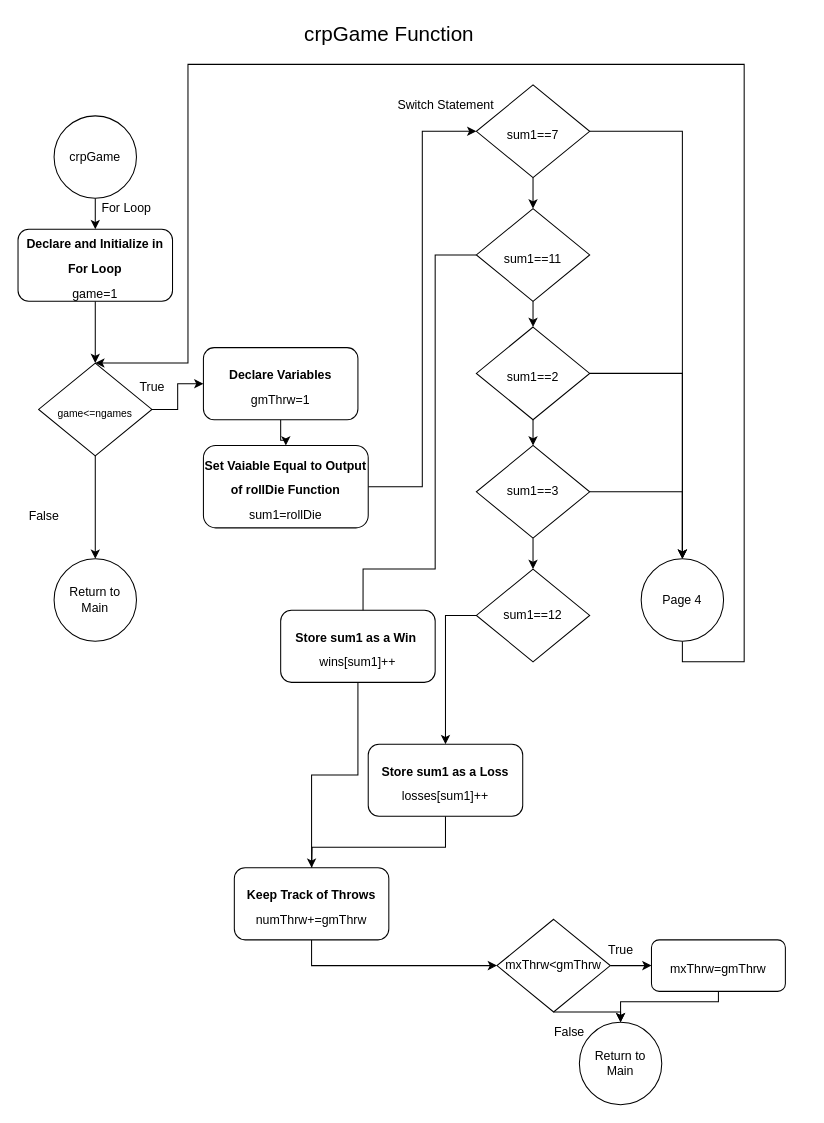
This is page "Page-3" (3 of 7) of Lab/Untitled Diagram.drawio from ce2791334/EnglandCody_CSC17A_49287, a draw.io file, before an edit. Source tidied: cells renumbered, new cells numbered last; positions are measured from the earlier drawing's top-left corner, leaving out a move shared by most shapes. Both pictures are drawn from the tidied source at 103%, with x=0, y=0 at pixel (18, 18).
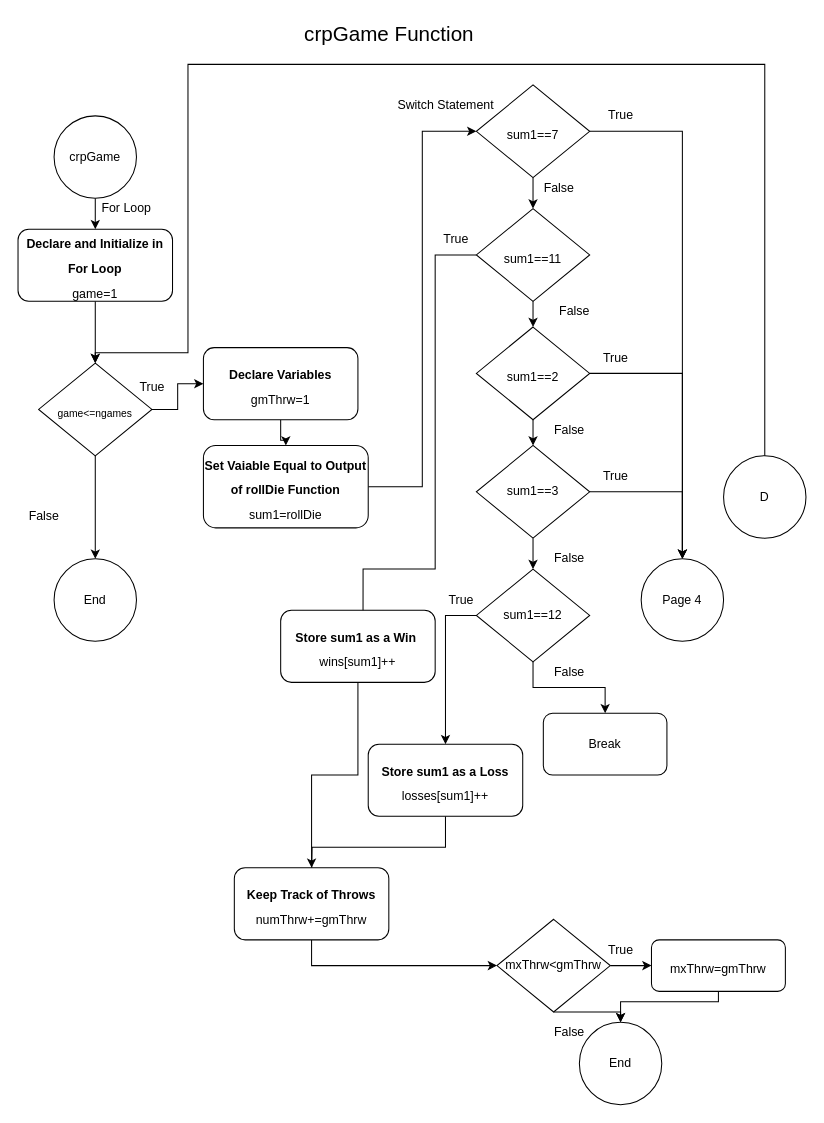
The same diagram, later.

Unchanged cells that the change refers to:
```xml
<mxCell id="24" value="&lt;span style=&quot;font-size: 12px;&quot;&gt;sum1==12&lt;/span&gt;" style="rhombus;whiteSpace=wrap;html=1;strokeWidth=1;fontSize=12;align=center;" parent="1" vertex="1">
  <mxGeometry x="445" y="535" width="110" height="90" as="geometry" />
</mxCell>
<mxCell id="46" value="Page 4" style="ellipse;whiteSpace=wrap;html=1;strokeWidth=1;fontSize=12;align=center;" parent="1" vertex="1">
  <mxGeometry x="605" y="525" width="80" height="80" as="geometry" />
</mxCell>
```

Change to the diagram source:
```diff
@@
-    <mxCell id="14" value="Return to Main" style="ellipse;whiteSpace=wrap;html=1;strokeWidth=1;fontSize=12;" parent="1" vertex="1">
+    <mxCell id="14" value="End" style="ellipse;whiteSpace=wrap;html=1;strokeWidth=1;fontSize=12;" parent="1" vertex="1">
       <mxGeometry x="35" y="525" width="80" height="80" as="geometry" />
     </mxCell>
@@
+    <mxCell id="49" style="edgeStyle=orthogonalEdgeStyle;rounded=0;jettySize=auto;html=1;exitX=0.5;exitY=1;exitDx=0;exitDy=0;entryX=0.5;entryY=0;entryDx=0;entryDy=0;" parent="1" edge="1" source="24" target="54">
+      <mxGeometry relative="1" as="geometry" />
+    </mxCell>
@@
-    <mxCell id="42" value="Return to Main" style="ellipse;whiteSpace=wrap;html=1;strokeWidth=1;fontSize=12;" parent="1" vertex="1">
+    <mxCell id="42" value="End" style="ellipse;whiteSpace=wrap;html=1;strokeWidth=1;fontSize=12;" parent="1" vertex="1">
       <mxGeometry x="545" y="975" width="80" height="80" as="geometry" />
     </mxCell>
@@
-    <mxCell id="45" style="edgeStyle=orthogonalEdgeStyle;rounded=0;jettySize=auto;html=1;exitX=0.5;exitY=1;exitDx=0;exitDy=0;fontSize=12;" parent="1" edge="1" source="46">
+    <mxCell id="45" style="edgeStyle=orthogonalEdgeStyle;rounded=0;jettySize=auto;html=1;exitX=0.5;exitY=1;exitDx=0;exitDy=0;fontSize=12;" parent="1" edge="1" source="61">
       <mxGeometry relative="1" as="geometry">
         <mxPoint x="75" y="335" as="targetPoint" />
         <Array as="points">
-          <mxPoint x="645" y="625" />
-          <mxPoint x="705" y="625" />
-          <mxPoint x="705" y="45" />
+          <mxPoint x="725" y="45" />
           <mxPoint x="165" y="45" />
-          <mxPoint x="165" y="335" />
+          <mxPoint x="165" y="325" />
+          <mxPoint x="75" y="325" />
         </Array>
       </mxGeometry>
     </mxCell>
@@
+    <mxCell id="50" value="True" style="text;html=1;align=center;verticalAlign=middle;" parent="1" vertex="1">
+      <mxGeometry x="565" y="85" width="40" height="20" as="geometry" />
+    </mxCell>
+    <mxCell id="51" value="True" style="text;html=1;align=center;verticalAlign=middle;" parent="1" vertex="1">
+      <mxGeometry x="405" y="205" width="40" height="20" as="geometry" />
+    </mxCell>
+    <mxCell id="52" value="True" style="text;html=1;align=center;verticalAlign=middle;" parent="1" vertex="1">
+      <mxGeometry x="560" y="320" width="40" height="20" as="geometry" />
+    </mxCell>
+    <mxCell id="53" value="True" style="text;html=1;align=center;verticalAlign=middle;" parent="1" vertex="1">
+      <mxGeometry x="560" y="435" width="40" height="20" as="geometry" />
+    </mxCell>
+    <mxCell id="54" value="Break" style="rounded=1;whiteSpace=wrap;html=1;" parent="1" vertex="1">
+      <mxGeometry x="510" y="675" width="120" height="60" as="geometry" />
+    </mxCell>
+    <mxCell id="55" value="True" style="text;html=1;align=center;verticalAlign=middle;" parent="1" vertex="1">
+      <mxGeometry x="410" y="555" width="40" height="20" as="geometry" />
+    </mxCell>
+    <mxCell id="56" value="False" style="text;html=1;align=center;verticalAlign=middle;" parent="1" vertex="1">
+      <mxGeometry x="500" y="155" width="50" height="20" as="geometry" />
+    </mxCell>
+    <mxCell id="57" value="False" style="text;html=1;align=center;verticalAlign=middle;" parent="1" vertex="1">
+      <mxGeometry x="515" y="275" width="50" height="20" as="geometry" />
+    </mxCell>
+    <mxCell id="58" value="False" style="text;html=1;align=center;verticalAlign=middle;" parent="1" vertex="1">
+      <mxGeometry x="510" y="390" width="50" height="20" as="geometry" />
+    </mxCell>
+    <mxCell id="59" value="False" style="text;html=1;align=center;verticalAlign=middle;" parent="1" vertex="1">
+      <mxGeometry x="510" y="515" width="50" height="20" as="geometry" />
+    </mxCell>
+    <mxCell id="60" value="False" style="text;html=1;align=center;verticalAlign=middle;" parent="1" vertex="1">
+      <mxGeometry x="510" y="625" width="50" height="20" as="geometry" />
+    </mxCell>
+    <mxCell id="61" value="D" style="ellipse;whiteSpace=wrap;html=1;strokeWidth=1;fontSize=12;align=center;" parent="1" vertex="1">
+      <mxGeometry x="685" y="425" width="80" height="80" as="geometry" />
+    </mxCell>
```
